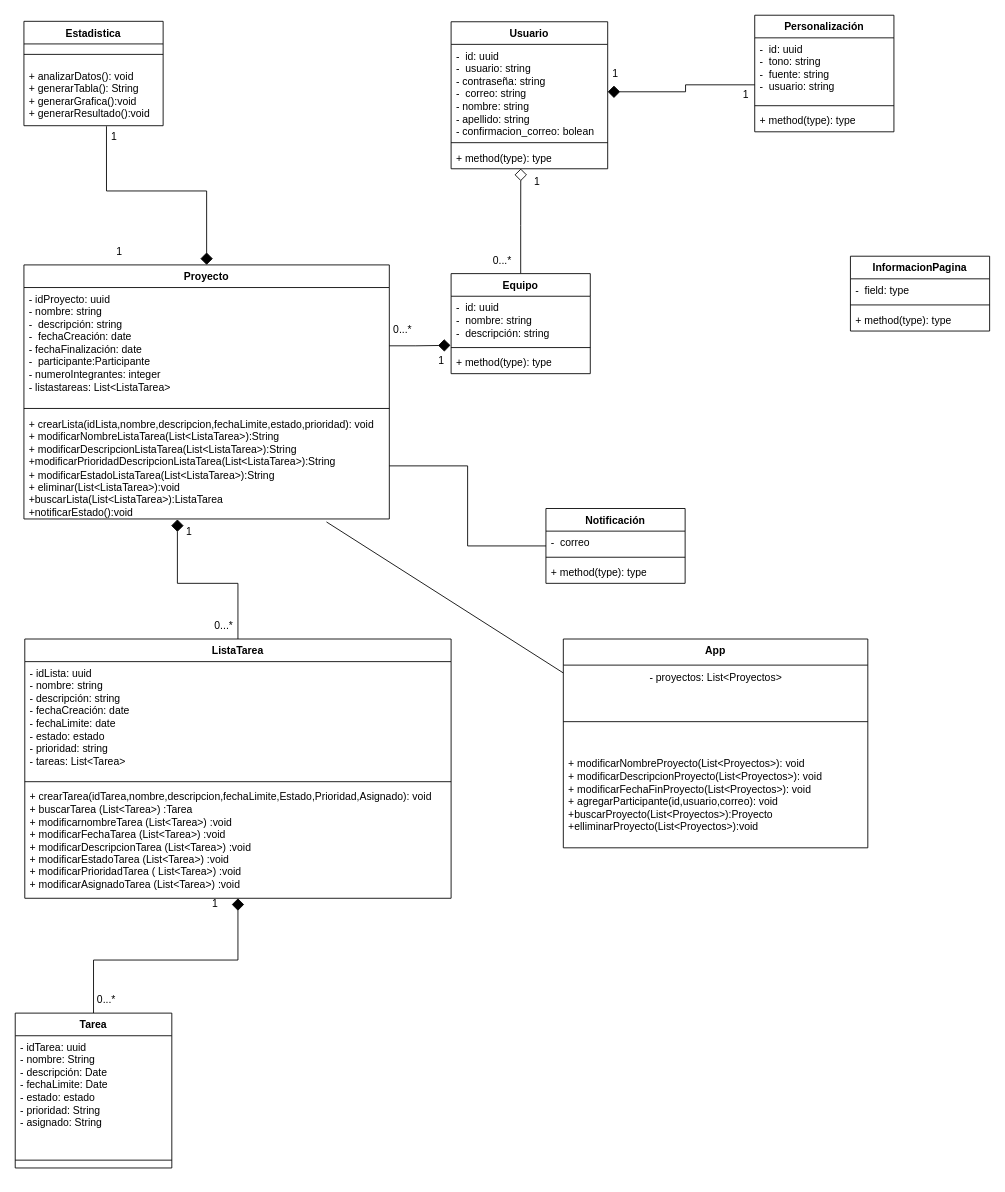
This is page "DiagramaClases8a" (16 of 16) of CoTasker_BoundedContext.drawio from Migue1409-KP/DOO-working-group, a draw.io file, before an edit. Source tidied: cells renumbered, new cells numbered last; positions are measured from the earlier drawing's top-left corner, leaving out a move shared by most shapes. Both pictures are drawn from the tidied source at 87%, with x=0, y=0 at pixel (15, 15).
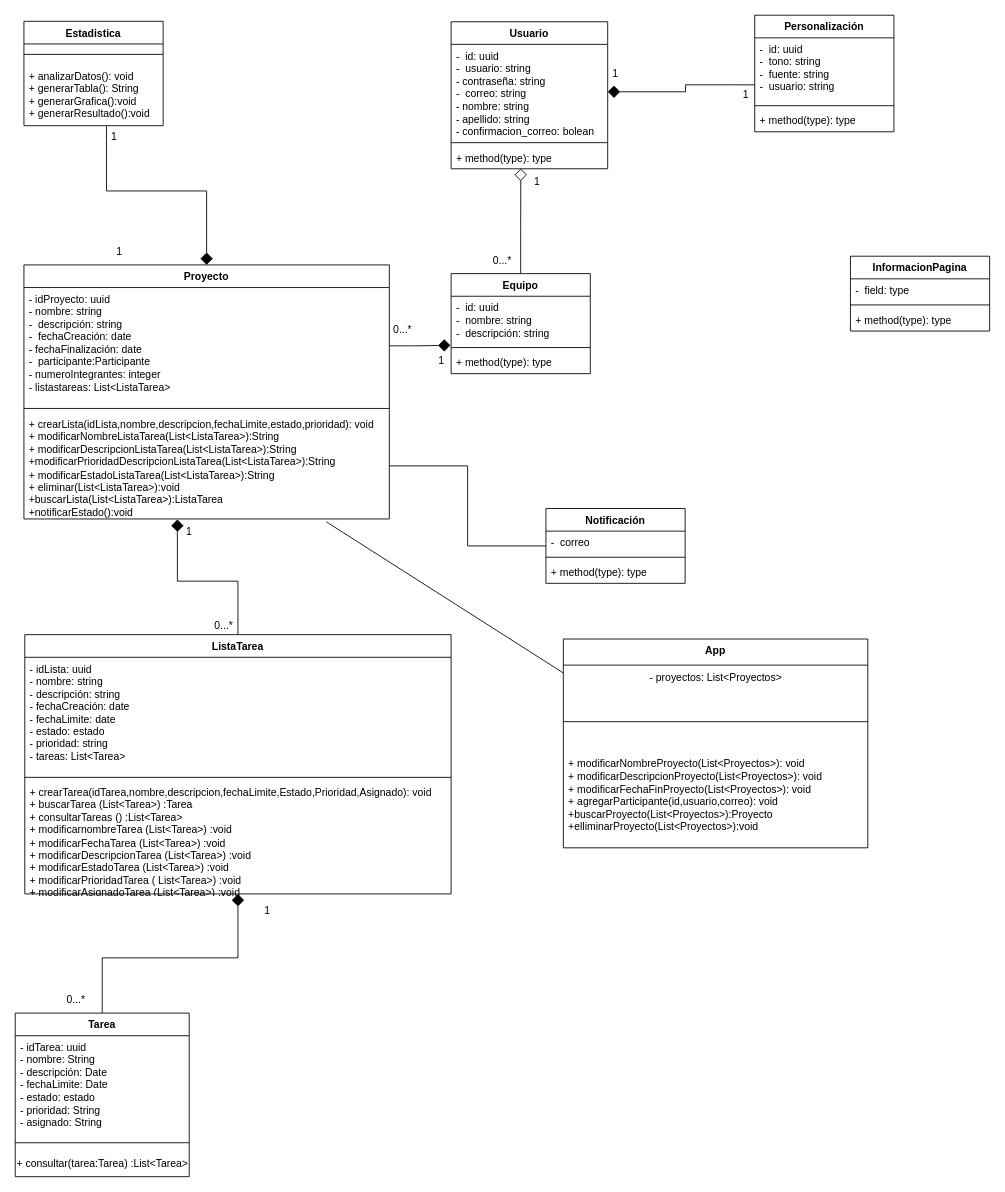
Above is the later version.

Commit message:
cambios farid

Diff of the diagram source:
```diff
@@
     <mxCell id="7" value="ListaTarea" style="swimlane;fontStyle=1;align=center;verticalAlign=top;horizontal=1;startSize=26;whiteSpace=wrap;html=1;" parent="1" vertex="1">
-      <mxGeometry x="11" y="717" width="490" height="298" as="geometry" />
+      <mxGeometry x="11" y="712" width="490" height="298" as="geometry" />
     </mxCell>
@@
-    <mxCell id="10" value="+ crearTarea(idTarea,nombre,descripcion,fechaLimite,Estado,Prioridad,Asignado): void&lt;br&gt;+ buscarTarea (List&amp;lt;Tarea&amp;gt;) :Tarea&lt;br&gt;+ modificarnombreTarea (List&amp;lt;Tarea&amp;gt;) :void&lt;br&gt;+ modificarFechaTarea (List&amp;lt;Tarea&amp;gt;) :void&lt;br&gt;+ modificarDescripcionTarea (List&amp;lt;Tarea&amp;gt;) :void&lt;br&gt;+ modificarEstadoTarea (List&amp;lt;Tarea&amp;gt;) :void&lt;br&gt;+ modificarPrioridadTarea ( List&amp;lt;Tarea&amp;gt;) :void&lt;br&gt;+ modificarAsignadoTarea (List&amp;lt;Tarea&amp;gt;) :void" style="text;strokeColor=none;fillColor=none;align=left;verticalAlign=top;spacingLeft=4;spacingRight=4;overflow=hidden;points=[[0,0.5],[1,0.5]];portConstraint=eastwest;whiteSpace=wrap;html=1;" parent="7" vertex="1">
+    <mxCell id="10" value="+ crearTarea(idTarea,nombre,descripcion,fechaLimite,Estado,Prioridad,Asignado): void&lt;br&gt;+ buscarTarea (List&amp;lt;Tarea&amp;gt;) :Tarea&lt;br&gt;+ consultarTareas () :List&amp;lt;Tarea&amp;gt;&lt;br&gt;+ modificarnombreTarea (List&amp;lt;Tarea&amp;gt;) :void&lt;br&gt;+ modificarFechaTarea (List&amp;lt;Tarea&amp;gt;) :void&lt;br&gt;+ modificarDescripcionTarea (List&amp;lt;Tarea&amp;gt;) :void&lt;br&gt;+ modificarEstadoTarea (List&amp;lt;Tarea&amp;gt;) :void&lt;br&gt;+ modificarPrioridadTarea ( List&amp;lt;Tarea&amp;gt;) :void&lt;br&gt;+ modificarAsignadoTarea (List&amp;lt;Tarea&amp;gt;) :void" style="text;strokeColor=none;fillColor=none;align=left;verticalAlign=top;spacingLeft=4;spacingRight=4;overflow=hidden;points=[[0,0.5],[1,0.5]];portConstraint=eastwest;whiteSpace=wrap;html=1;" parent="7" vertex="1">
       <mxGeometry y="168" width="490" height="130" as="geometry" />
     </mxCell>
@@
     <mxCell id="17" value="Tarea" style="swimlane;fontStyle=1;align=center;verticalAlign=top;horizontal=1;startSize=26;whiteSpace=wrap;html=1;" parent="1" vertex="1">
-      <mxGeometry y="1147" width="180" height="178" as="geometry" />
+      <mxGeometry y="1147" width="200" height="188" as="geometry" />
     </mxCell>
     <mxCell id="18" value="-&amp;nbsp;idTarea: uuid&lt;br&gt;- nombre: String&lt;br&gt;- descripción: Date&lt;br&gt;- fechaLimite: Date&lt;br&gt;- estado: estado&lt;br&gt;- prioridad: String&lt;br&gt;- asignado: String" style="text;strokeColor=none;fillColor=none;align=left;verticalAlign=top;spacingLeft=4;spacingRight=4;overflow=hidden;whiteSpace=wrap;html=1;" parent="17" vertex="1">
-      <mxGeometry y="26" width="180" height="134" as="geometry" />
+      <mxGeometry y="26" width="200" height="114" as="geometry" />
     </mxCell>
     <mxCell id="19" style="line;strokeWidth=1;fillColor=none;align=left;verticalAlign=middle;spacingTop=-1;spacingLeft=3;spacingRight=3;labelPosition=right;strokeColor=inherit;" parent="17" vertex="1">
-      <mxGeometry y="160" width="180" height="18" as="geometry" />
+      <mxGeometry y="140" width="200" height="18" as="geometry" />
     </mxCell>
+    <mxCell id="60" value="+ consultar(tarea:Tarea) :List&amp;lt;Tarea&amp;gt;" style="text;html=1;align=center;verticalAlign=middle;strokeColor=none;fillColor=none;" parent="17" vertex="1">
+      <mxGeometry y="158" width="200" height="30" as="geometry" />
+    </mxCell>
@@
     <mxCell id="46" value="0...*" style="text;html=1;strokeColor=none;fillColor=none;align=center;verticalAlign=middle;whiteSpace=wrap;rounded=0;" parent="1" vertex="1">
-      <mxGeometry x="75" y="1117" width="60" height="30" as="geometry" />
+      <mxGeometry x="40" y="1117" width="60" height="30" as="geometry" />
     </mxCell>
     <mxCell id="47" value="1" style="text;html=1;strokeColor=none;fillColor=none;align=center;verticalAlign=middle;whiteSpace=wrap;rounded=0;" parent="1" vertex="1">
-      <mxGeometry x="200" y="1006" width="60" height="30" as="geometry" />
+      <mxGeometry x="260" y="1015" width="60" height="30" as="geometry" />
     </mxCell>
```
